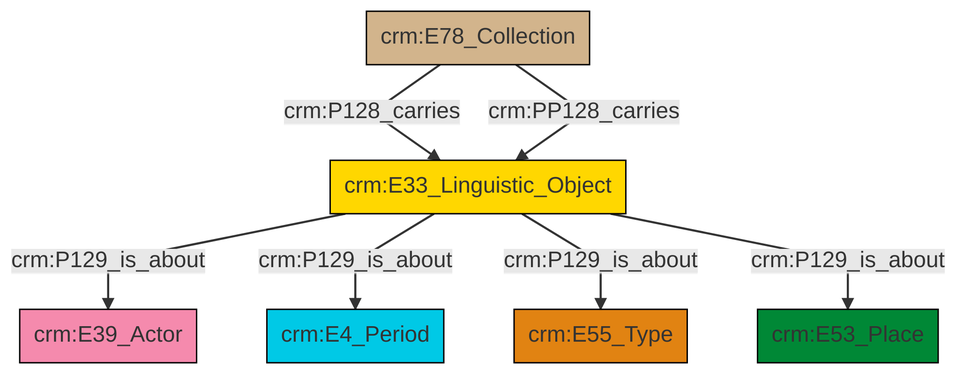
The Mermaid diagram et/archivalCSV/ttl/mmd/png/archival_aboutness.png in swiss-art-research-net/docs.swissartresearch, before a commit. Its source is kept beside it as et/archivalCSV/ttl/mmd/archival_aboutness.ttl.mmd.
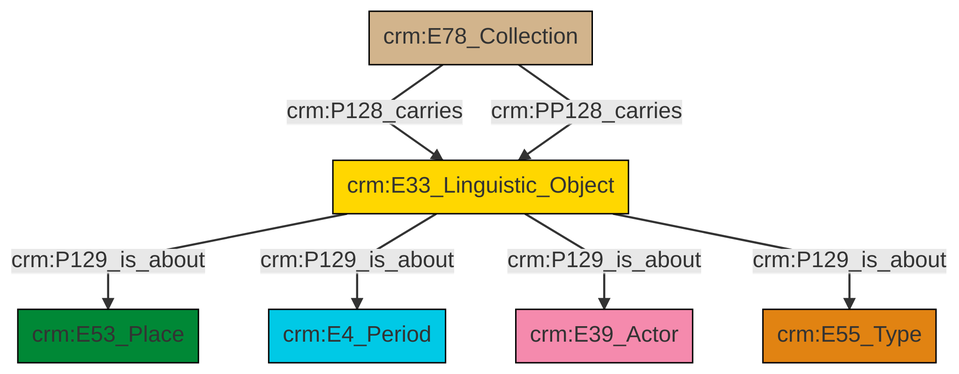
After the commit.

Diff of the diagram source:
```diff
@@ -13,9 +13,9 @@
 classDef PC_Classes fill:#4ce600, stroke:#000000;
 classDef Multi fill:#cccccc,stroke:#000000;
 
-2["crm:E33_Linguistic_Object"]:::Conceptual_Object -->|crm:P129_is_about| 3["crm:E39_Actor"]:::Actor
-0["crm:E78_Collection"]:::Physical_Thing -->|crm:P128_carries| 2["crm:E33_Linguistic_Object"]:::Conceptual_Object
-2["crm:E33_Linguistic_Object"]:::Conceptual_Object -->|crm:P129_is_about| 4["crm:E4_Period"]:::Temporal_Entity
-2["crm:E33_Linguistic_Object"]:::Conceptual_Object -->|crm:P129_is_about| 5["crm:E55_Type"]:::Type
-0["crm:E78_Collection"]:::Physical_Thing -->|crm:PP128_carries| 2["crm:E33_Linguistic_Object"]:::Conceptual_Object
-2["crm:E33_Linguistic_Object"]:::Conceptual_Object -->|crm:P129_is_about| 9["crm:E53_Place"]:::Place
+2["crm:E33_Linguistic_Object"]:::Conceptual_Object -->|crm:P129_is_about| 3["crm:E53_Place"]:::Place
+4["crm:E78_Collection"]:::Physical_Thing -->|crm:P128_carries| 2["crm:E33_Linguistic_Object"]:::Conceptual_Object
+2["crm:E33_Linguistic_Object"]:::Conceptual_Object -->|crm:P129_is_about| 0["crm:E4_Period"]:::Temporal_Entity
+2["crm:E33_Linguistic_Object"]:::Conceptual_Object -->|crm:P129_is_about| 7["crm:E39_Actor"]:::Actor
+2["crm:E33_Linguistic_Object"]:::Conceptual_Object -->|crm:P129_is_about| 8["crm:E55_Type"]:::Type
+4["crm:E78_Collection"]:::Physical_Thing -->|crm:PP128_carries| 2["crm:E33_Linguistic_Object"]:::Conceptual_Object
```
